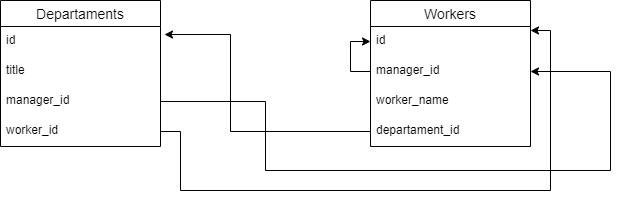
This is departament_db_sheme.png from mikhailBrann/engineeringbd-relative-ZNF, a draw.io export, as it was before one commit. Source tidied: cells renumbered, new cells last; positions are measured from the earlier drawing's top-left corner, leaving out a move shared by most shapes.
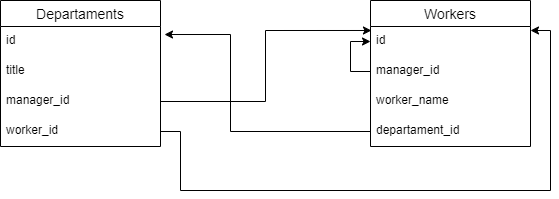
After the change.

Change to the diagram source:
```diff
@@ -53,15 +53,8 @@
         </Array>
       </mxGeometry>
     </mxCell>
-    <mxCell id="15" style="edgeStyle=orthogonalEdgeStyle;rounded=0;jettySize=auto;html=1;entryX=1;entryY=0.5;entryDx=0;entryDy=0;" parent="1" edge="1" source="5" target="10">
-      <mxGeometry relative="1" as="geometry">
-        <Array as="points">
-          <mxPoint x="265" y="101" />
-          <mxPoint x="265" y="170" />
-          <mxPoint x="610" y="170" />
-          <mxPoint x="610" y="71" />
-        </Array>
-      </mxGeometry>
-    </mxCell>
+    <mxCell id="16" style="edgeStyle=orthogonalEdgeStyle;rounded=0;jettySize=auto;html=1;entryX=0.006;entryY=0.133;entryDx=0;entryDy=0;entryPerimeter=0;" parent="1" edge="1" source="5" target="8">
+      <mxGeometry relative="1" as="geometry" />
+    </mxCell>
   </root>
 </mxGraphModel>
```
